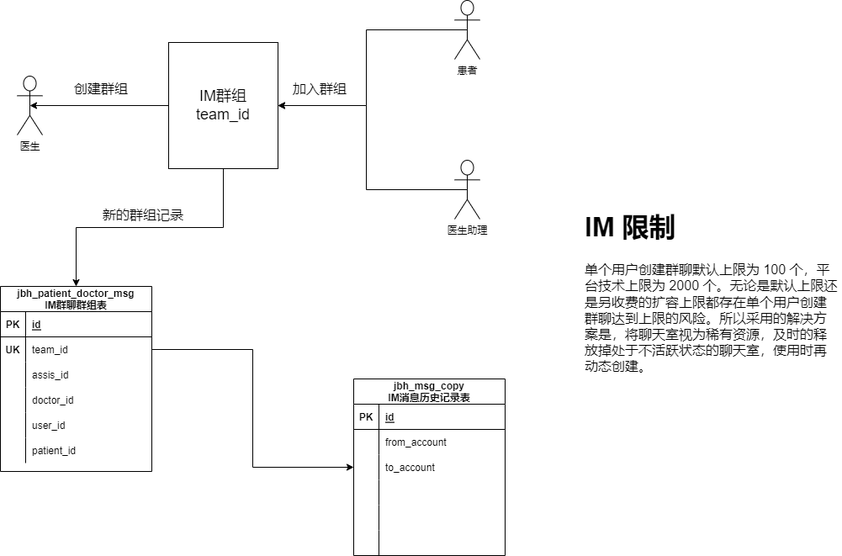
The draw.io diagram jbh/群组解散.png in GitHeP/diagrams, before a commit. Source tidied: cells renumbered, new cells last; positions are measured from the earlier drawing's top-left corner, leaving out a move shared by most shapes.
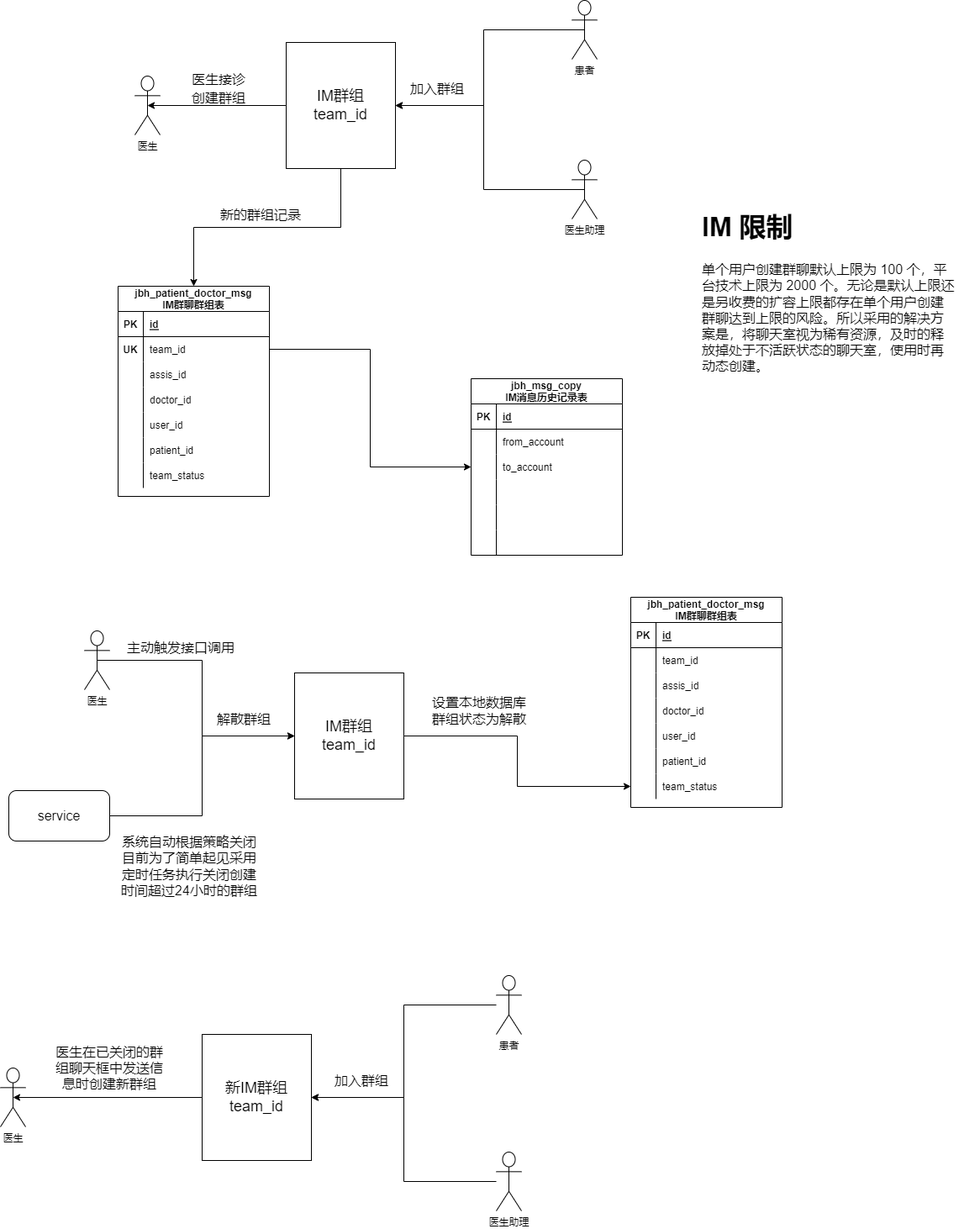
The same diagram one commit later.

Diff of the diagram source:
```diff
@@ -3,7 +3,7 @@
     <mxCell id="0" />
     <mxCell id="1" parent="0" />
     <mxCell id="2" value="jbh_patient_doctor_msg&#10;IM群聊群组表" style="shape=table;startSize=30;rowLines=0;fontStyle=1;align=center;" parent="1" vertex="1">
-      <mxGeometry y="340" width="180" height="220" as="geometry" />
+      <mxGeometry y="340" width="180" height="250" as="geometry" />
     </mxCell>
     <mxCell id="3" style="shape=tableRow;horizontal=0;startSize=0;swimlaneHead=0;swimlaneBody=0;fillColor=none;top=0;left=0;right=0;bottom=1;" parent="2" vertex="1">
       <mxGeometry y="30" width="180" height="30" as="geometry" />
@@ -59,6 +59,15 @@
     <mxCell id="20" value="patient_id" style="shape=partialRectangle;fillColor=none;top=0;left=0;bottom=0;right=0;align=left;spacingLeft=6;overflow=hidden;" parent="18" vertex="1">
       <mxGeometry x="30" width="150" height="30" as="geometry" />
     </mxCell>
+    <mxCell id="54" style="shape=tableRow;horizontal=0;startSize=0;swimlaneHead=0;swimlaneBody=0;fillColor=none;top=0;left=0;right=0;bottom=0;" parent="2" vertex="1">
+      <mxGeometry y="210" width="180" height="30" as="geometry" />
+    </mxCell>
+    <mxCell id="55" style="shape=partialRectangle;fillColor=none;top=0;left=0;bottom=0;right=0;overflow=hidden;" parent="54" vertex="1">
+      <mxGeometry width="30" height="30" as="geometry" />
+    </mxCell>
+    <mxCell id="56" value="team_status" style="shape=partialRectangle;fillColor=none;top=0;left=0;bottom=0;right=0;align=left;spacingLeft=6;overflow=hidden;" parent="54" vertex="1">
+      <mxGeometry x="30" width="150" height="30" as="geometry" />
+    </mxCell>
     <mxCell id="21" value="jbh_msg_copy&#10;IM消息历史记录表" style="shape=table;startSize=30;rowLines=0;fontStyle=1;align=center;" parent="1" vertex="1">
       <mxGeometry x="420" y="450" width="180" height="210" as="geometry" />
     </mxCell>
@@ -131,7 +140,7 @@
     <mxCell id="44" value="&lt;font style=&quot;font-size: 18px;&quot;&gt;IM群组&lt;br&gt;team_id&lt;br&gt;&lt;/font&gt;" style="rounded=0;whiteSpace=wrap;html=1;strokeWidth=1;fillColor=none;" parent="1" vertex="1">
       <mxGeometry x="200" y="50" width="130" height="150" as="geometry" />
     </mxCell>
-    <mxCell id="45" value="&lt;font style=&quot;font-size: 16px;&quot;&gt;创建群组&lt;/font&gt;" style="text;html=1;strokeColor=none;fillColor=none;align=center;verticalAlign=middle;whiteSpace=wrap;rounded=0;fontSize=18;" parent="1" vertex="1">
+    <mxCell id="45" value="&lt;font style=&quot;font-size: 16px;&quot;&gt;医生接诊&lt;br&gt;创建群组&lt;/font&gt;" style="text;html=1;strokeColor=none;fillColor=none;align=center;verticalAlign=middle;whiteSpace=wrap;rounded=0;fontSize=18;" parent="1" vertex="1">
       <mxGeometry x="80" y="90" width="80" height="30" as="geometry" />
     </mxCell>
     <mxCell id="46" style="edgeStyle=orthogonalEdgeStyle;rounded=0;jettySize=auto;html=1;exitX=0.5;exitY=0.5;exitDx=0;exitDy=0;exitPerimeter=0;entryX=1;entryY=0.5;entryDx=0;entryDy=0;fontSize=16;" parent="1" edge="1" source="47" target="44">
@@ -158,5 +167,128 @@
     <mxCell id="53" value="UK" style="shape=partialRectangle;fillColor=none;top=0;left=0;bottom=0;right=0;fontStyle=1;overflow=hidden;" parent="1" vertex="1">
       <mxGeometry y="400" width="30" height="30" as="geometry" />
     </mxCell>
+    <mxCell id="57" style="edgeStyle=orthogonalEdgeStyle;rounded=0;jettySize=auto;html=1;exitX=0.5;exitY=0.5;exitDx=0;exitDy=0;exitPerimeter=0;entryX=0;entryY=0.5;entryDx=0;entryDy=0;fontSize=16;" parent="1" edge="1" source="58" target="60">
+      <mxGeometry relative="1" as="geometry" />
+    </mxCell>
+    <mxCell id="58" value="医生" style="shape=umlActor;verticalLabelPosition=bottom;verticalAlign=top;html=1;outlineConnect=0;strokeWidth=1;fillColor=none;" parent="1" vertex="1">
+      <mxGeometry x="-40" y="750" width="30" height="70" as="geometry" />
+    </mxCell>
+    <mxCell id="59" style="edgeStyle=orthogonalEdgeStyle;rounded=0;jettySize=auto;html=1;fontSize=16;" parent="1" edge="1" source="60" target="83">
+      <mxGeometry relative="1" as="geometry" />
+    </mxCell>
+    <mxCell id="60" value="&lt;font style=&quot;font-size: 18px;&quot;&gt;IM群组&lt;br&gt;team_id&lt;br&gt;&lt;/font&gt;" style="rounded=0;whiteSpace=wrap;html=1;strokeWidth=1;fillColor=none;" parent="1" vertex="1">
+      <mxGeometry x="210" y="800" width="130" height="150" as="geometry" />
+    </mxCell>
+    <mxCell id="61" style="edgeStyle=orthogonalEdgeStyle;rounded=0;jettySize=auto;html=1;entryX=0;entryY=0.5;entryDx=0;entryDy=0;fontSize=16;" parent="1" edge="1" source="62" target="60">
+      <mxGeometry relative="1" as="geometry" />
+    </mxCell>
+    <mxCell id="62" value="service" style="rounded=1;whiteSpace=wrap;html=1;fontSize=16;strokeWidth=1;fillColor=none;" parent="1" vertex="1">
+      <mxGeometry x="-130" y="940" width="120" height="60" as="geometry" />
+    </mxCell>
+    <mxCell id="63" value="解散群组" style="text;html=1;strokeColor=none;fillColor=none;align=center;verticalAlign=middle;whiteSpace=wrap;rounded=0;fontSize=16;" parent="1" vertex="1">
+      <mxGeometry x="100" y="840" width="100" height="30" as="geometry" />
+    </mxCell>
+    <mxCell id="64" value="jbh_patient_doctor_msg&#10;IM群聊群组表" style="shape=table;startSize=30;rowLines=0;fontStyle=1;align=center;" parent="1" vertex="1">
+      <mxGeometry x="610" y="710" width="180" height="250" as="geometry" />
+    </mxCell>
+    <mxCell id="65" style="shape=tableRow;horizontal=0;startSize=0;swimlaneHead=0;swimlaneBody=0;fillColor=none;top=0;left=0;right=0;bottom=1;" parent="64" vertex="1">
+      <mxGeometry y="30" width="180" height="30" as="geometry" />
+    </mxCell>
+    <mxCell id="66" value="PK" style="shape=partialRectangle;fillColor=none;top=0;left=0;bottom=0;right=0;fontStyle=1;overflow=hidden;" parent="65" vertex="1">
+      <mxGeometry width="30" height="30" as="geometry" />
+    </mxCell>
+    <mxCell id="67" value="id" style="shape=partialRectangle;fillColor=none;top=0;left=0;bottom=0;right=0;align=left;spacingLeft=6;fontStyle=5;overflow=hidden;" parent="65" vertex="1">
+      <mxGeometry x="30" width="150" height="30" as="geometry" />
+    </mxCell>
+    <mxCell id="68" style="shape=tableRow;horizontal=0;startSize=0;swimlaneHead=0;swimlaneBody=0;fillColor=none;top=0;left=0;right=0;bottom=0;" parent="64" vertex="1">
+      <mxGeometry y="60" width="180" height="30" as="geometry" />
+    </mxCell>
+    <mxCell id="69" style="shape=partialRectangle;fillColor=none;top=0;left=0;bottom=0;right=0;overflow=hidden;" parent="68" vertex="1">
+      <mxGeometry width="30" height="30" as="geometry" />
+    </mxCell>
+    <mxCell id="70" value="team_id" style="shape=partialRectangle;fillColor=none;top=0;left=0;bottom=0;right=0;align=left;spacingLeft=6;overflow=hidden;strokeWidth=1;" parent="68" vertex="1">
+      <mxGeometry x="30" width="150" height="30" as="geometry" />
+    </mxCell>
+    <mxCell id="71" style="shape=tableRow;horizontal=0;startSize=0;swimlaneHead=0;swimlaneBody=0;fillColor=none;top=0;left=0;right=0;bottom=0;" parent="64" vertex="1">
+      <mxGeometry y="90" width="180" height="30" as="geometry" />
+    </mxCell>
+    <mxCell id="72" style="shape=partialRectangle;fillColor=none;top=0;left=0;bottom=0;right=0;overflow=hidden;" parent="71" vertex="1">
+      <mxGeometry width="30" height="30" as="geometry" />
+    </mxCell>
+    <mxCell id="73" value="assis_id" style="shape=partialRectangle;fillColor=none;top=0;left=0;bottom=0;right=0;align=left;spacingLeft=6;overflow=hidden;" parent="71" vertex="1">
+      <mxGeometry x="30" width="150" height="30" as="geometry" />
+    </mxCell>
+    <mxCell id="74" style="shape=tableRow;horizontal=0;startSize=0;swimlaneHead=0;swimlaneBody=0;fillColor=none;top=0;left=0;right=0;bottom=0;" parent="64" vertex="1">
+      <mxGeometry y="120" width="180" height="30" as="geometry" />
+    </mxCell>
+    <mxCell id="75" style="shape=partialRectangle;fillColor=none;top=0;left=0;bottom=0;right=0;overflow=hidden;" parent="74" vertex="1">
+      <mxGeometry width="30" height="30" as="geometry" />
+    </mxCell>
+    <mxCell id="76" value="doctor_id" style="shape=partialRectangle;fillColor=none;top=0;left=0;bottom=0;right=0;align=left;spacingLeft=6;overflow=hidden;" parent="74" vertex="1">
+      <mxGeometry x="30" width="150" height="30" as="geometry" />
+    </mxCell>
+    <mxCell id="77" style="shape=tableRow;horizontal=0;startSize=0;swimlaneHead=0;swimlaneBody=0;fillColor=none;top=0;left=0;right=0;bottom=0;" parent="64" vertex="1">
+      <mxGeometry y="150" width="180" height="30" as="geometry" />
+    </mxCell>
+    <mxCell id="78" style="shape=partialRectangle;fillColor=none;top=0;left=0;bottom=0;right=0;overflow=hidden;" parent="77" vertex="1">
+      <mxGeometry width="30" height="30" as="geometry" />
+    </mxCell>
+    <mxCell id="79" value="user_id" style="shape=partialRectangle;fillColor=none;top=0;left=0;bottom=0;right=0;align=left;spacingLeft=6;overflow=hidden;" parent="77" vertex="1">
+      <mxGeometry x="30" width="150" height="30" as="geometry" />
+    </mxCell>
+    <mxCell id="80" style="shape=tableRow;horizontal=0;startSize=0;swimlaneHead=0;swimlaneBody=0;fillColor=none;top=0;left=0;right=0;bottom=0;" parent="64" vertex="1">
+      <mxGeometry y="180" width="180" height="30" as="geometry" />
+    </mxCell>
+    <mxCell id="81" style="shape=partialRectangle;fillColor=none;top=0;left=0;bottom=0;right=0;overflow=hidden;" parent="80" vertex="1">
+      <mxGeometry width="30" height="30" as="geometry" />
+    </mxCell>
+    <mxCell id="82" value="patient_id" style="shape=partialRectangle;fillColor=none;top=0;left=0;bottom=0;right=0;align=left;spacingLeft=6;overflow=hidden;" parent="80" vertex="1">
+      <mxGeometry x="30" width="150" height="30" as="geometry" />
+    </mxCell>
+    <mxCell id="83" style="shape=tableRow;horizontal=0;startSize=0;swimlaneHead=0;swimlaneBody=0;fillColor=none;points=[[0,0.5],[1,0.5]];portConstraint=eastwest;top=0;left=0;right=0;bottom=0;" parent="64" vertex="1">
+      <mxGeometry y="210" width="180" height="30" as="geometry" />
+    </mxCell>
+    <mxCell id="84" style="shape=partialRectangle;fillColor=none;top=0;left=0;bottom=0;right=0;overflow=hidden;" parent="83" vertex="1">
+      <mxGeometry width="30" height="30" as="geometry" />
+    </mxCell>
+    <mxCell id="85" value="team_status" style="shape=partialRectangle;fillColor=none;top=0;left=0;bottom=0;right=0;align=left;spacingLeft=6;overflow=hidden;" parent="83" vertex="1">
+      <mxGeometry x="30" width="150" height="30" as="geometry" />
+    </mxCell>
+    <mxCell id="86" value="设置本地数据库群组状态为解散" style="text;html=1;strokeColor=none;fillColor=none;align=center;verticalAlign=middle;whiteSpace=wrap;rounded=0;fontSize=16;" parent="1" vertex="1">
+      <mxGeometry x="370" y="830" width="120" height="30" as="geometry" />
+    </mxCell>
+    <mxCell id="87" value="主动触发接口调用" style="text;html=1;strokeColor=none;fillColor=none;align=center;verticalAlign=middle;whiteSpace=wrap;rounded=0;fontSize=16;" parent="1" vertex="1">
+      <mxGeometry x="10" y="760" width="130" height="20" as="geometry" />
+    </mxCell>
+    <mxCell id="88" value="系统自动根据策略关闭&lt;br&gt;目前为了简单起见采用定时任务执行关闭创建时间超过24小时的群组" style="text;html=1;strokeColor=none;fillColor=none;align=center;verticalAlign=middle;whiteSpace=wrap;rounded=0;fontSize=16;" parent="1" vertex="1">
+      <mxGeometry y="990" width="170" height="80" as="geometry" />
+    </mxCell>
+    <mxCell id="89" value="医生" style="shape=umlActor;verticalLabelPosition=bottom;verticalAlign=top;html=1;outlineConnect=0;strokeWidth=1;fillColor=none;" parent="1" vertex="1">
+      <mxGeometry x="-140" y="1270" width="30" height="70" as="geometry" />
+    </mxCell>
+    <mxCell id="90" style="edgeStyle=orthogonalEdgeStyle;rounded=0;jettySize=auto;html=1;exitX=0;exitY=0.5;exitDx=0;exitDy=0;entryX=0.5;entryY=0.5;entryDx=0;entryDy=0;entryPerimeter=0;fontSize=16;" parent="1" edge="1" source="91" target="89">
+      <mxGeometry relative="1" as="geometry" />
+    </mxCell>
+    <mxCell id="91" value="&lt;font style=&quot;font-size: 18px;&quot;&gt;新IM群组&lt;br&gt;team_id&lt;br&gt;&lt;/font&gt;" style="rounded=0;whiteSpace=wrap;html=1;strokeWidth=1;fillColor=none;" parent="1" vertex="1">
+      <mxGeometry x="100" y="1230" width="130" height="150" as="geometry" />
+    </mxCell>
+    <mxCell id="92" value="医生在已关闭的群组聊天框中发送信息时创建新群组" style="text;html=1;strokeColor=none;fillColor=none;align=center;verticalAlign=middle;whiteSpace=wrap;rounded=0;fontSize=16;" parent="1" vertex="1">
+      <mxGeometry x="-80" y="1240" width="140" height="60" as="geometry" />
+    </mxCell>
+    <mxCell id="93" style="edgeStyle=orthogonalEdgeStyle;rounded=0;jettySize=auto;html=1;entryX=1;entryY=0.5;entryDx=0;entryDy=0;fontSize=16;" parent="1" edge="1" source="94" target="91">
+      <mxGeometry relative="1" as="geometry" />
+    </mxCell>
+    <mxCell id="94" value="患者" style="shape=umlActor;verticalLabelPosition=bottom;verticalAlign=top;html=1;outlineConnect=0;strokeWidth=1;fillColor=none;" parent="1" vertex="1">
+      <mxGeometry x="450" y="1160" width="30" height="70" as="geometry" />
+    </mxCell>
+    <mxCell id="95" style="edgeStyle=orthogonalEdgeStyle;rounded=0;jettySize=auto;html=1;entryX=1;entryY=0.5;entryDx=0;entryDy=0;fontSize=16;" parent="1" edge="1" source="96" target="91">
+      <mxGeometry relative="1" as="geometry" />
+    </mxCell>
+    <mxCell id="96" value="医生助理" style="shape=umlActor;verticalLabelPosition=bottom;verticalAlign=top;html=1;outlineConnect=0;strokeWidth=1;fillColor=none;" parent="1" vertex="1">
+      <mxGeometry x="450" y="1370" width="30" height="70" as="geometry" />
+    </mxCell>
+    <mxCell id="97" value="&lt;font style=&quot;font-size: 16px;&quot;&gt;加入群组&lt;/font&gt;" style="text;html=1;strokeColor=none;fillColor=none;align=center;verticalAlign=middle;whiteSpace=wrap;rounded=0;fontSize=18;" parent="1" vertex="1">
+      <mxGeometry x="250" y="1270" width="80" height="30" as="geometry" />
+    </mxCell>
   </root>
 </mxGraphModel>
```
